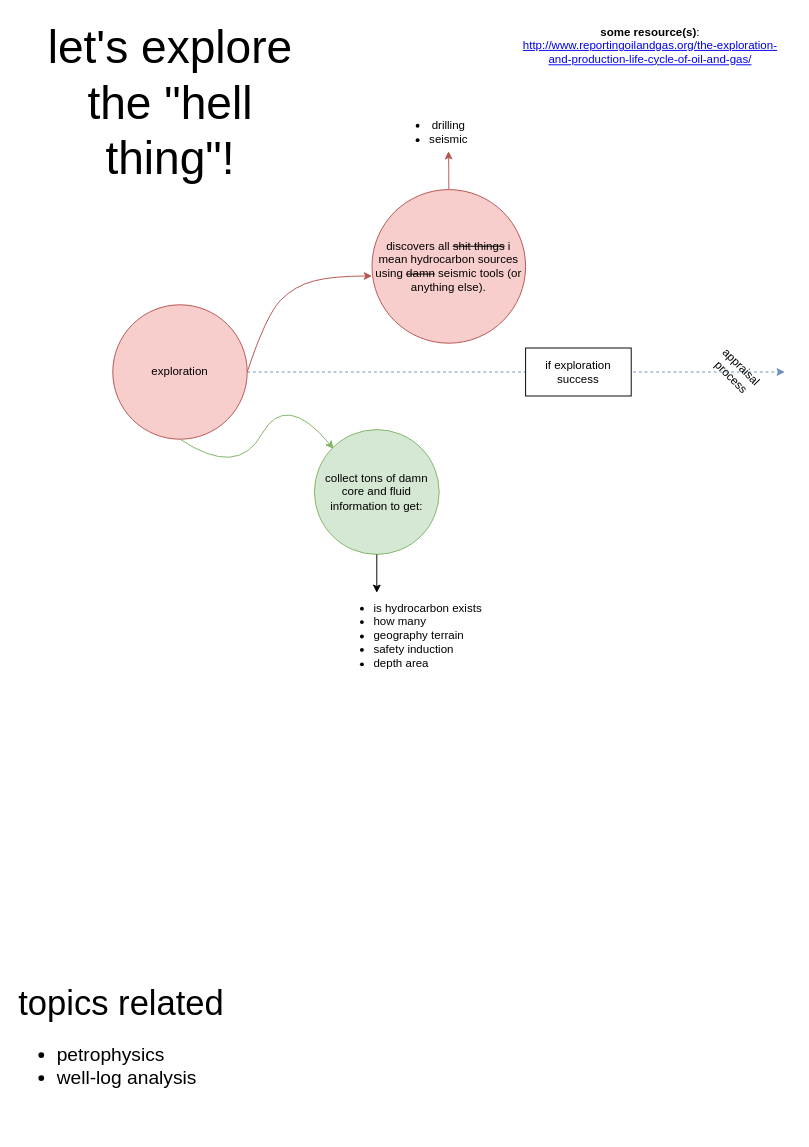
Above: page "exploration" (2 of 4) of oilshit lifecycle concepts.drawio in oilshit/lifecycle-concepts (draw.io), before the change. Source tidied: cells renumbered, new cells numbered last; positions are measured from the earlier drawing's top-left corner, leaving out a move shared by most shapes. Both pictures are drawn from the tidied source at 96%, with x=0, y=0 at pixel (16, 16).
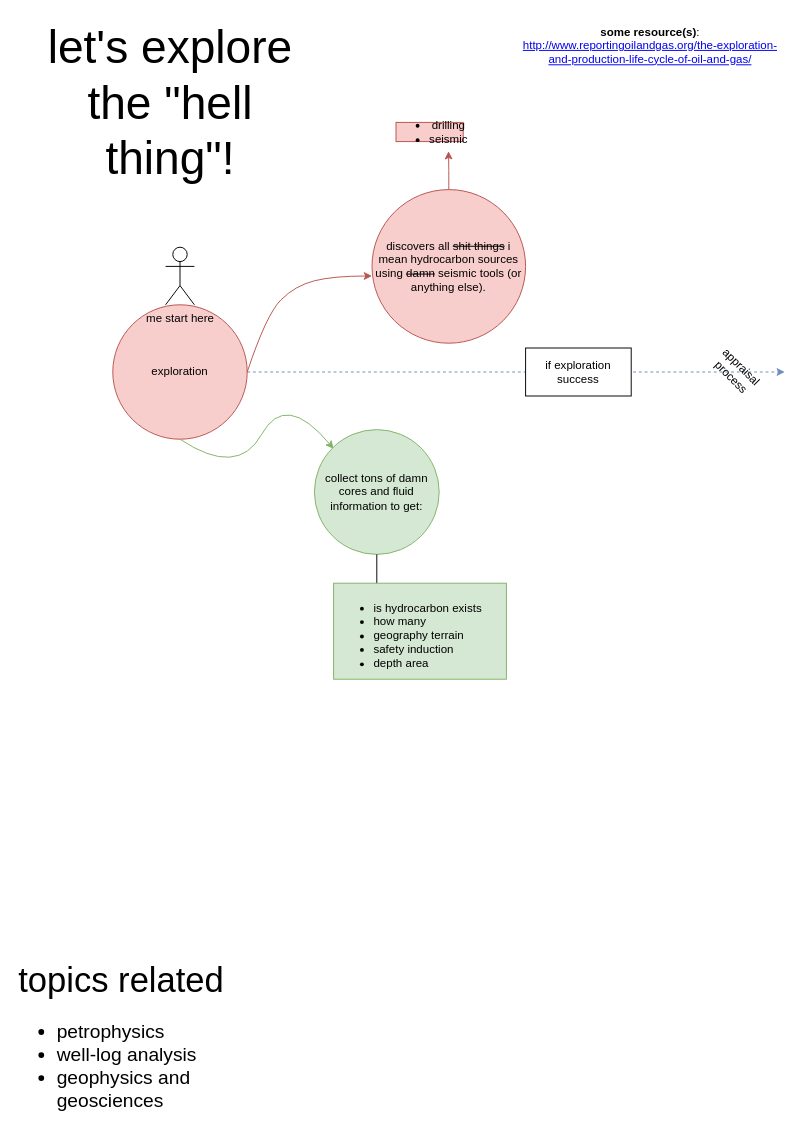
Above is the later version.

The edit, as a diff of the source:
```diff
@@
-    <mxCell id="10" value="&lt;ul&gt;&lt;li&gt;drilling&lt;/li&gt;&lt;li&gt;seismic&lt;/li&gt;&lt;/ul&gt;" style="text;html=1;strokeColor=none;fillColor=none;align=center;verticalAlign=middle;whiteSpace=wrap;rounded=0;" parent="1" vertex="1">
+    <mxCell id="10" value="&lt;ul&gt;&lt;li&gt;drilling&lt;/li&gt;&lt;li&gt;seismic&lt;/li&gt;&lt;/ul&gt;" style="text;html=1;strokeColor=#b85450;fillColor=#f8cecc;align=center;verticalAlign=middle;whiteSpace=wrap;rounded=0;" parent="1" vertex="1">
       <mxGeometry x="395" y="110" width="70" height="20" as="geometry" />
     </mxCell>
-    <mxCell id="11" value="collect tons of damn core and fluid information to get:" style="ellipse;whiteSpace=wrap;html=1;fillColor=#d5e8d4;strokeColor=#82b366;" parent="1" vertex="1">
+    <mxCell id="11" value="collect tons of damn cores and fluid information to get:" style="ellipse;whiteSpace=wrap;html=1;fillColor=#d5e8d4;strokeColor=#82b366;" parent="1" vertex="1">
       <mxGeometry x="310" y="430" width="130" height="130" as="geometry" />
     </mxCell>
@@
-    <mxCell id="13" value="&lt;ul&gt;&lt;li&gt;is hydrocarbon exists&lt;/li&gt;&lt;li&gt;how many&lt;/li&gt;&lt;li&gt;geography terrain&lt;/li&gt;&lt;li&gt;safety induction&lt;/li&gt;&lt;li&gt;depth area&lt;br&gt;&lt;/li&gt;&lt;/ul&gt;" style="text;whiteSpace=wrap;html=1;" parent="1" vertex="1">
+    <mxCell id="13" value="&lt;ul&gt;&lt;li&gt;is hydrocarbon exists&lt;/li&gt;&lt;li&gt;how many&lt;/li&gt;&lt;li&gt;geography terrain&lt;/li&gt;&lt;li&gt;safety induction&lt;/li&gt;&lt;li&gt;depth area&lt;br&gt;&lt;/li&gt;&lt;/ul&gt;" style="text;whiteSpace=wrap;html=1;fillColor=#d5e8d4;strokeColor=#82b366;" parent="1" vertex="1">
       <mxGeometry x="330" y="590" width="180" height="100" as="geometry" />
     </mxCell>
@@
-    <mxCell id="16" value="&lt;div align=&quot;left&quot;&gt;&lt;font style=&quot;font-size: 36px&quot;&gt;topics related&lt;/font&gt;&lt;/div&gt;&lt;div style=&quot;font-size: 20px&quot; align=&quot;left&quot;&gt;&lt;ul&gt;&lt;li&gt;petrophysics&lt;/li&gt;&lt;li&gt;well-log analysis&lt;br&gt;&lt;/li&gt;&lt;/ul&gt;&lt;/div&gt;" style="text;html=1;strokeColor=none;fillColor=none;align=left;verticalAlign=middle;whiteSpace=wrap;rounded=0;" parent="1" vertex="1">
+    <mxCell id="16" value="&lt;div align=&quot;left&quot;&gt;&lt;font style=&quot;font-size: 36px&quot;&gt;topics related&lt;/font&gt;&lt;/div&gt;&lt;div style=&quot;font-size: 20px&quot; align=&quot;left&quot;&gt;&lt;ul&gt;&lt;li&gt;petrophysics&lt;/li&gt;&lt;li&gt;well-log analysis&lt;/li&gt;&lt;li&gt;geophysics and geosciences&lt;br&gt;&lt;/li&gt;&lt;/ul&gt;&lt;/div&gt;" style="text;html=1;strokeColor=none;fillColor=none;align=left;verticalAlign=middle;whiteSpace=wrap;rounded=0;" parent="1" vertex="1">
       <mxGeometry y="1006" width="240" height="130" as="geometry" />
     </mxCell>
+    <mxCell id="17" value="me start here" style="shape=umlActor;verticalLabelPosition=bottom;verticalAlign=top;html=1;" parent="1" vertex="1">
+      <mxGeometry x="155" y="240" width="30" height="60" as="geometry" />
+    </mxCell>
```
